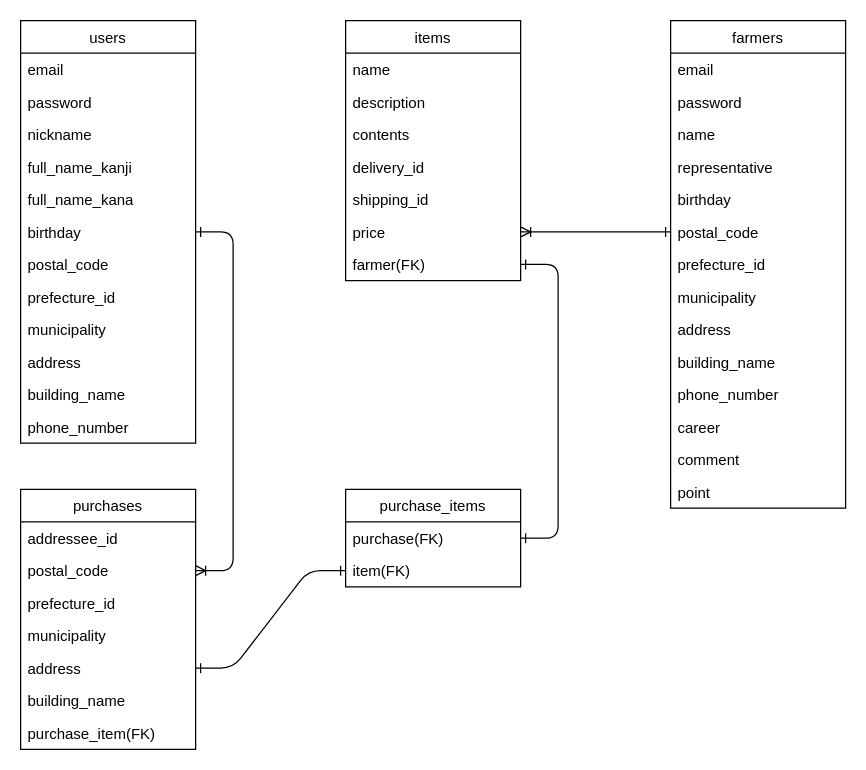
nina2728/vegetabel keeps this draw.io diagram as vegetabel.dio. Above is the earlier version. Source tidied: cells renumbered, new cells numbered last; positions are measured from the earlier drawing's top-left corner, leaving out a move shared by most shapes. Both pictures are drawn from the tidied source at 125%, with x=0, y=0 at pixel (20, 20).
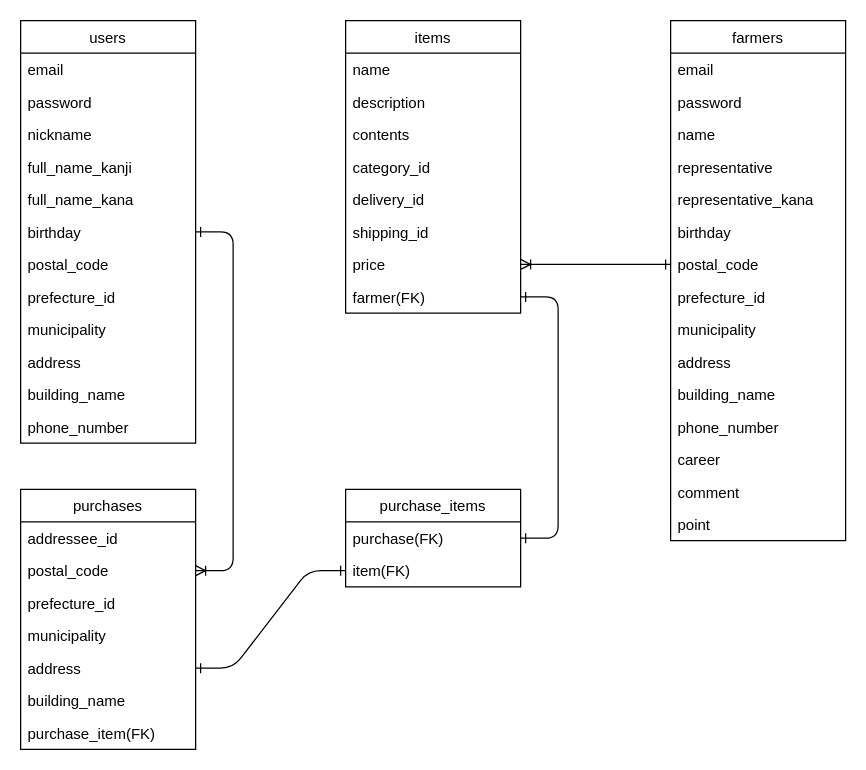
The same page after the edit.

Diff of the diagram source:
```diff
@@
     <mxCell id="15" value="farmers" style="swimlane;fontStyle=0;horizontal=1;startSize=26;" parent="1" vertex="1">
-      <mxGeometry x="520" width="140" height="390" as="geometry" />
+      <mxGeometry x="520" width="140" height="416" as="geometry" />
     </mxCell>
@@
+    <mxCell id="53" value="representative_kana" style="text;strokeColor=none;fillColor=none;align=left;verticalAlign=top;spacingLeft=4;spacingRight=4;overflow=hidden;" parent="15" vertex="1">
+      <mxGeometry y="130" width="140" height="26" as="geometry" />
+    </mxCell>
     <mxCell id="20" value="birthday" style="text;strokeColor=none;fillColor=none;align=left;verticalAlign=top;spacingLeft=4;spacingRight=4;overflow=hidden;" parent="15" vertex="1">
-      <mxGeometry y="130" width="140" height="26" as="geometry" />
+      <mxGeometry y="156" width="140" height="26" as="geometry" />
     </mxCell>
     <mxCell id="21" value="postal_code" style="text;strokeColor=none;fillColor=none;align=left;verticalAlign=top;spacingLeft=4;spacingRight=4;overflow=hidden;points=[[0,0.5],[1,0.5]];portConstraint=eastwest;" parent="15" vertex="1">
-      <mxGeometry y="156" width="140" height="26" as="geometry" />
+      <mxGeometry y="182" width="140" height="26" as="geometry" />
     </mxCell>
     <mxCell id="22" value="prefecture_id" style="text;strokeColor=none;fillColor=none;align=left;verticalAlign=top;spacingLeft=4;spacingRight=4;overflow=hidden;" parent="15" vertex="1">
-      <mxGeometry y="182" width="140" height="26" as="geometry" />
+      <mxGeometry y="208" width="140" height="26" as="geometry" />
     </mxCell>
     <mxCell id="23" value="municipality" style="text;strokeColor=none;fillColor=none;align=left;verticalAlign=top;spacingLeft=4;spacingRight=4;overflow=hidden;" parent="15" vertex="1">
-      <mxGeometry y="208" width="140" height="26" as="geometry" />
+      <mxGeometry y="234" width="140" height="26" as="geometry" />
     </mxCell>
     <mxCell id="24" value="address" style="text;strokeColor=none;fillColor=none;align=left;verticalAlign=top;spacingLeft=4;spacingRight=4;overflow=hidden;" parent="15" vertex="1">
-      <mxGeometry y="234" width="140" height="26" as="geometry" />
+      <mxGeometry y="260" width="140" height="26" as="geometry" />
     </mxCell>
     <mxCell id="25" value="building_name" style="text;strokeColor=none;fillColor=none;align=left;verticalAlign=top;spacingLeft=4;spacingRight=4;overflow=hidden;" parent="15" vertex="1">
-      <mxGeometry y="260" width="140" height="26" as="geometry" />
+      <mxGeometry y="286" width="140" height="26" as="geometry" />
     </mxCell>
     <mxCell id="26" value="phone_number" style="text;strokeColor=none;fillColor=none;align=left;verticalAlign=top;spacingLeft=4;spacingRight=4;overflow=hidden;" parent="15" vertex="1">
-      <mxGeometry y="286" width="140" height="26" as="geometry" />
+      <mxGeometry y="312" width="140" height="26" as="geometry" />
     </mxCell>
     <mxCell id="27" value="career" style="text;strokeColor=none;fillColor=none;align=left;verticalAlign=top;spacingLeft=4;spacingRight=4;overflow=hidden;" parent="15" vertex="1">
-      <mxGeometry y="312" width="140" height="26" as="geometry" />
+      <mxGeometry y="338" width="140" height="26" as="geometry" />
     </mxCell>
     <mxCell id="28" value="comment" style="text;strokeColor=none;fillColor=none;align=left;verticalAlign=top;spacingLeft=4;spacingRight=4;overflow=hidden;" parent="15" vertex="1">
-      <mxGeometry y="338" width="140" height="26" as="geometry" />
+      <mxGeometry y="364" width="140" height="26" as="geometry" />
     </mxCell>
     <mxCell id="29" value="point" style="text;strokeColor=none;fillColor=none;align=left;verticalAlign=top;spacingLeft=4;spacingRight=4;overflow=hidden;" parent="15" vertex="1">
-      <mxGeometry y="364" width="140" height="26" as="geometry" />
+      <mxGeometry y="390" width="140" height="26" as="geometry" />
     </mxCell>
@@
     <mxCell id="41" value="items" style="swimlane;fontStyle=0;horizontal=1;startSize=26;" parent="1" vertex="1">
-      <mxGeometry x="260" width="140" height="208" as="geometry" />
+      <mxGeometry x="260" width="140" height="234" as="geometry" />
     </mxCell>
@@
+    <mxCell id="54" value="category_id" style="text;strokeColor=none;fillColor=none;align=left;verticalAlign=top;spacingLeft=4;spacingRight=4;overflow=hidden;" parent="41" vertex="1">
+      <mxGeometry y="104" width="140" height="26" as="geometry" />
+    </mxCell>
     <mxCell id="45" value="delivery_id" style="text;strokeColor=none;fillColor=none;align=left;verticalAlign=top;spacingLeft=4;spacingRight=4;overflow=hidden;" parent="41" vertex="1">
-      <mxGeometry y="104" width="140" height="26" as="geometry" />
+      <mxGeometry y="130" width="140" height="26" as="geometry" />
     </mxCell>
     <mxCell id="46" value="shipping_id" style="text;strokeColor=none;fillColor=none;align=left;verticalAlign=top;spacingLeft=4;spacingRight=4;overflow=hidden;" parent="41" vertex="1">
-      <mxGeometry y="130" width="140" height="26" as="geometry" />
+      <mxGeometry y="156" width="140" height="26" as="geometry" />
     </mxCell>
     <mxCell id="47" value="price" style="text;strokeColor=none;fillColor=none;align=left;verticalAlign=top;spacingLeft=4;spacingRight=4;overflow=hidden;points=[[0,0.5],[1,0.5]];portConstraint=eastwest;" parent="41" vertex="1">
-      <mxGeometry y="156" width="140" height="26" as="geometry" />
+      <mxGeometry y="182" width="140" height="26" as="geometry" />
     </mxCell>
     <mxCell id="48" value="farmer(FK)" style="text;strokeColor=none;fillColor=none;align=left;verticalAlign=top;spacingLeft=4;spacingRight=4;overflow=hidden;points=[[0,0.5],[1,0.5]];portConstraint=eastwest;" parent="41" vertex="1">
-      <mxGeometry y="182" width="140" height="26" as="geometry" />
+      <mxGeometry y="208" width="140" height="26" as="geometry" />
     </mxCell>
```
